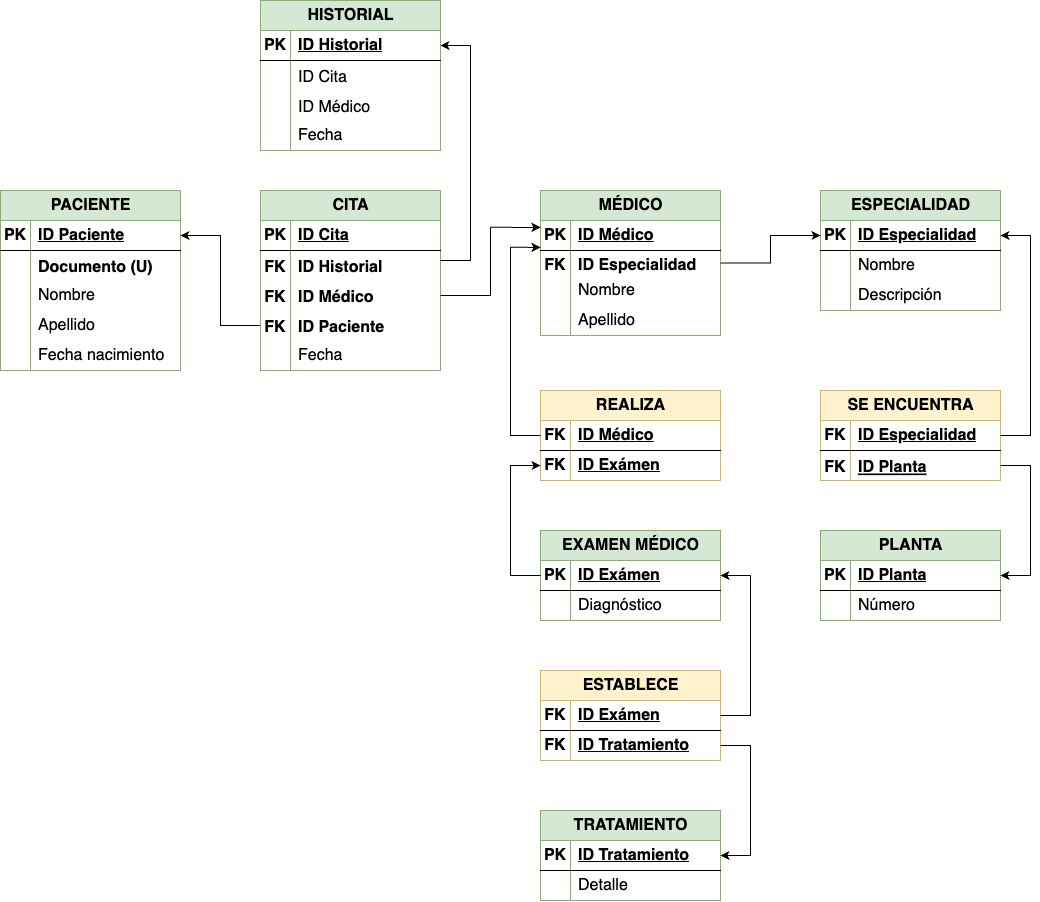
dawproyectos/proyecto_bae keeps this draw.io diagram as img/diagrama_er.drawio.png. Above is the earlier version. Source tidied: cells renumbered, new cells last; positions are measured from the earlier drawing's top-left corner, leaving out a move shared by most shapes.
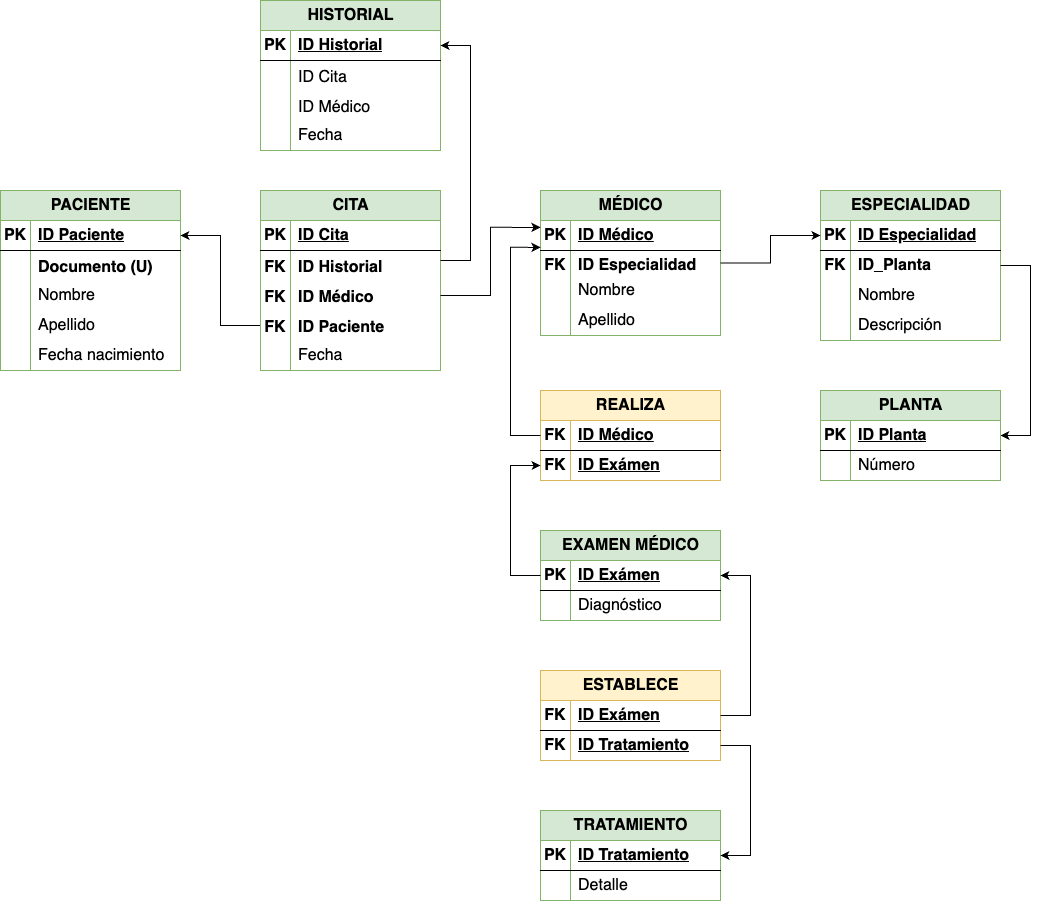
Above is the later version.

Change to the diagram source:
```diff
@@ -180,7 +180,7 @@
       <mxGeometry x="30" width="150" height="30" as="geometry" />
     </mxCell>
     <mxCell id="61" value="ESPECIALIDAD" style="shape=table;startSize=30;rowLines=0;fontStyle=1;align=center;html=1;fillColor=#d5e8d4;strokeColor=#82b366;fontSize=16;" parent="1" vertex="1">
-      <mxGeometry x="820" y="190" width="180" height="120" as="geometry" />
+      <mxGeometry x="820" y="190" width="180" height="150" as="geometry" />
     </mxCell>
     <mxCell id="62" style="shape=tableRow;horizontal=0;startSize=0;swimlaneHead=0;swimlaneBody=0;fillColor=none;points=[[0,0.5],[1,0.5]];portConstraint=eastwest;top=0;left=0;right=0;bottom=1;fontSize=16;" parent="61" vertex="1">
       <mxGeometry y="30" width="180" height="30" as="geometry" />
@@ -191,8 +191,17 @@
     <mxCell id="64" value="ID Especialidad" style="shape=partialRectangle;fillColor=none;top=0;left=0;bottom=0;right=0;align=left;spacingLeft=6;fontStyle=5;overflow=hidden;whiteSpace=wrap;html=1;fontSize=16;" parent="62" vertex="1">
       <mxGeometry x="30" width="150" height="30" as="geometry" />
     </mxCell>
+    <mxCell id="75" style="shape=tableRow;horizontal=0;startSize=0;swimlaneHead=0;swimlaneBody=0;fillColor=none;points=[[0,0.5],[1,0.5]];portConstraint=eastwest;top=0;left=0;right=0;bottom=0;fontSize=16;" parent="61" vertex="1">
+      <mxGeometry y="60" width="180" height="30" as="geometry" />
+    </mxCell>
+    <mxCell id="122" value="&lt;b&gt;FK&lt;/b&gt;" style="shape=partialRectangle;fillColor=none;top=0;left=0;bottom=0;right=0;overflow=hidden;whiteSpace=wrap;html=1;fontSize=16;" parent="75" vertex="1">
+      <mxGeometry width="30" height="30" as="geometry" />
+    </mxCell>
+    <mxCell id="123" value="&lt;b&gt;ID_Planta&lt;/b&gt;" style="shape=partialRectangle;fillColor=none;top=0;left=0;bottom=0;right=0;align=left;spacingLeft=6;overflow=hidden;whiteSpace=wrap;html=1;fontSize=16;" parent="75" vertex="1">
+      <mxGeometry x="30" width="150" height="30" as="geometry" />
+    </mxCell>
     <mxCell id="65" style="shape=tableRow;horizontal=0;startSize=0;swimlaneHead=0;swimlaneBody=0;fillColor=none;top=0;left=0;right=0;bottom=0;fontSize=16;" parent="61" vertex="1">
-      <mxGeometry y="60" width="180" height="30" as="geometry" />
+      <mxGeometry y="90" width="180" height="30" as="geometry" />
     </mxCell>
     <mxCell id="66" style="shape=partialRectangle;fillColor=none;top=0;left=0;bottom=0;right=0;overflow=hidden;whiteSpace=wrap;html=1;fontSize=16;" parent="65" vertex="1">
       <mxGeometry width="30" height="30" as="geometry" />
@@ -201,7 +210,7 @@
       <mxGeometry x="30" width="150" height="30" as="geometry" />
     </mxCell>
     <mxCell id="68" style="shape=tableRow;horizontal=0;startSize=0;swimlaneHead=0;swimlaneBody=0;fillColor=none;top=0;left=0;right=0;bottom=0;fontSize=16;" parent="61" vertex="1">
-      <mxGeometry y="90" width="180" height="30" as="geometry" />
+      <mxGeometry y="120" width="180" height="30" as="geometry" />
     </mxCell>
     <mxCell id="69" style="shape=partialRectangle;fillColor=none;top=0;left=0;bottom=0;right=0;overflow=hidden;whiteSpace=wrap;html=1;fontSize=16;" parent="68" vertex="1">
       <mxGeometry width="30" height="30" as="geometry" />
@@ -209,37 +218,17 @@
     <mxCell id="70" value="Descripción" style="shape=partialRectangle;fillColor=none;top=0;left=0;bottom=0;right=0;align=left;spacingLeft=6;overflow=hidden;whiteSpace=wrap;html=1;fontSize=16;" parent="68" vertex="1">
       <mxGeometry x="30" width="150" height="30" as="geometry" />
     </mxCell>
-    <mxCell id="71" value="SE ENCUENTRA" style="shape=table;startSize=30;rowLines=0;fontStyle=1;align=center;html=1;fillColor=#fff2cc;strokeColor=#d6b656;fontSize=16;" parent="1" vertex="1">
-      <mxGeometry x="820" y="390" width="180" height="90" as="geometry" />
-    </mxCell>
-    <mxCell id="72" style="shape=tableRow;horizontal=0;startSize=0;swimlaneHead=0;swimlaneBody=0;fillColor=none;points=[[0,0.5],[1,0.5]];portConstraint=eastwest;top=0;left=0;right=0;bottom=1;fontSize=16;" parent="71" vertex="1">
-      <mxGeometry y="30" width="180" height="30" as="geometry" />
-    </mxCell>
-    <mxCell id="73" value="FK" style="shape=partialRectangle;fillColor=none;top=0;left=0;bottom=0;right=0;fontStyle=1;overflow=hidden;whiteSpace=wrap;html=1;fontSize=16;" parent="72" vertex="1">
-      <mxGeometry width="30" height="30" as="geometry" />
-    </mxCell>
-    <mxCell id="74" value="ID Especialidad" style="shape=partialRectangle;fillColor=none;top=0;left=0;bottom=0;right=0;align=left;spacingLeft=6;fontStyle=5;overflow=hidden;whiteSpace=wrap;html=1;fontSize=16;" parent="72" vertex="1">
-      <mxGeometry x="30" width="150" height="30" as="geometry" />
-    </mxCell>
-    <mxCell id="75" style="shape=tableRow;horizontal=0;startSize=0;swimlaneHead=0;swimlaneBody=0;fillColor=none;points=[[0,0.5],[1,0.5]];portConstraint=eastwest;top=0;left=0;right=0;bottom=0;fontSize=16;" parent="71" vertex="1">
-      <mxGeometry y="60" width="180" height="30" as="geometry" />
-    </mxCell>
-    <mxCell id="76" value="FK" style="shape=partialRectangle;fillColor=none;top=0;left=0;bottom=0;right=0;overflow=hidden;fontStyle=1;fontSize=16;" parent="75" vertex="1">
-      <mxGeometry width="30" height="30" as="geometry" />
-    </mxCell>
-    <mxCell id="77" value="ID Planta" style="shape=partialRectangle;fillColor=none;top=0;left=0;bottom=0;right=0;align=left;spacingLeft=6;overflow=hidden;fontStyle=5;fontSize=16;" parent="75" vertex="1">
-      <mxGeometry x="30" width="150" height="30" as="geometry" />
-    </mxCell>
-    <mxCell id="78" style="edgeStyle=orthogonalEdgeStyle;rounded=0;jettySize=auto;html=1;exitX=1;exitY=0.5;exitDx=0;exitDy=0;fontSize=16;" parent="1" edge="1" source="72" target="62">
+    <mxCell id="78" style="edgeStyle=orthogonalEdgeStyle;rounded=0;jettySize=auto;html=1;exitX=1;exitY=0.5;exitDx=0;exitDy=0;fontSize=16;startArrow=classic;startFill=1;endArrow=none;endFill=0;entryX=1;entryY=0.5;entryDx=0;entryDy=0;" parent="1" edge="1" target="75">
       <mxGeometry relative="1" as="geometry">
+        <mxPoint x="1000" y="435" as="sourcePoint" />
         <Array as="points">
           <mxPoint x="1030" y="435" />
-          <mxPoint x="1030" y="235" />
+          <mxPoint x="1030" y="265" />
         </Array>
       </mxGeometry>
     </mxCell>
     <mxCell id="79" value="PLANTA" style="shape=table;startSize=30;rowLines=0;fontStyle=1;align=center;html=1;fillColor=#d5e8d4;strokeColor=#82b366;fontSize=16;" parent="1" vertex="1">
-      <mxGeometry x="820" y="530" width="180" height="90" as="geometry" />
+      <mxGeometry x="820" y="390" width="180" height="90" as="geometry" />
     </mxCell>
     <mxCell id="80" style="shape=tableRow;horizontal=0;startSize=0;swimlaneHead=0;swimlaneBody=0;fillColor=none;points=[[0,0.5],[1,0.5]];portConstraint=eastwest;top=0;left=0;right=0;bottom=1;fontSize=16;" parent="79" vertex="1">
       <mxGeometry y="30" width="180" height="30" as="geometry" />
@@ -259,14 +248,6 @@
     <mxCell id="85" value="Número" style="shape=partialRectangle;fillColor=none;top=0;left=0;bottom=0;right=0;align=left;spacingLeft=6;overflow=hidden;whiteSpace=wrap;html=1;fontSize=16;" parent="83" vertex="1">
       <mxGeometry x="30" width="150" height="30" as="geometry" />
     </mxCell>
-    <mxCell id="86" style="edgeStyle=orthogonalEdgeStyle;rounded=0;jettySize=auto;html=1;exitX=1;exitY=0.5;exitDx=0;exitDy=0;fontSize=16;" parent="1" edge="1" source="75" target="80">
-      <mxGeometry relative="1" as="geometry">
-        <Array as="points">
-          <mxPoint x="1030" y="465" />
-          <mxPoint x="1030" y="575" />
-        </Array>
-      </mxGeometry>
-    </mxCell>
     <mxCell id="87" value="REALIZA" style="shape=table;startSize=30;rowLines=0;fontStyle=1;align=center;html=1;fillColor=#fff2cc;strokeColor=#d6b656;fontSize=16;" parent="1" vertex="1">
       <mxGeometry x="540" y="390" width="180" height="90" as="geometry" />
     </mxCell>
```
